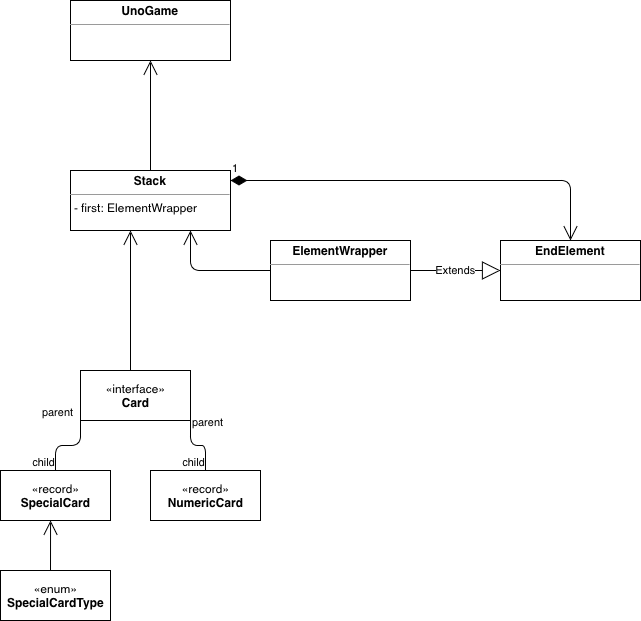
Before: src/main/resources/Klassendiagramm.png, a diagram exported from draw.io (MerryDev/Uno). Source tidied: cells renumbered, new cells last; positions are measured from the earlier drawing's top-left corner, leaving out a move shared by most shapes.
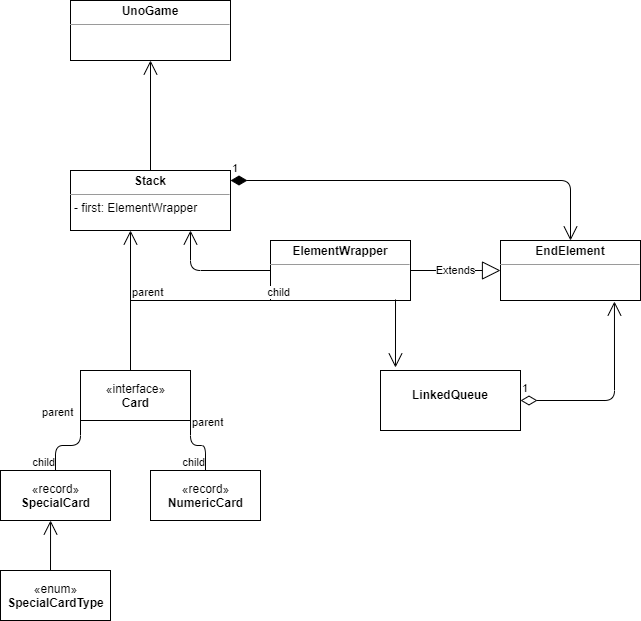
The same diagram one commit later.

Change to the diagram source:
```diff
@@ -88,5 +88,38 @@
         <mxPoint x="150" y="170" as="sourcePoint" />
       </mxGeometry>
     </mxCell>
+    <mxCell id="22" value="&lt;p style=&quot;margin: 0px ; margin-top: 4px ; text-align: center&quot;&gt;&lt;br&gt;&lt;b&gt;LinkedQueue&lt;/b&gt;&lt;/p&gt;&lt;p style=&quot;margin: 0px ; margin-top: 4px ; text-align: center&quot;&gt;&lt;b&gt;&lt;br&gt;&lt;/b&gt;&lt;/p&gt;" style="verticalAlign=top;align=left;overflow=fill;fontSize=12;fontFamily=Helvetica;html=1;" parent="1" vertex="1">
+      <mxGeometry x="380" y="370" width="140" height="60" as="geometry" />
+    </mxCell>
+    <mxCell id="23" style="endArrow=none;html=1;edgeStyle=orthogonalEdgeStyle;" parent="1" edge="1">
+      <mxGeometry relative="1" as="geometry">
+        <mxPoint x="130" y="300" as="sourcePoint" />
+        <mxPoint x="290" y="300" as="targetPoint" />
+      </mxGeometry>
+    </mxCell>
+    <mxCell id="24" value="parent" style="edgeLabel;html=1;align=left;verticalAlign=bottom;" parent="23" vertex="1">
+      <mxGeometry x="-1" relative="1" as="geometry" />
+    </mxCell>
+    <mxCell id="25" value="child" style="edgeLabel;html=1;align=right;verticalAlign=bottom;" parent="23" vertex="1">
+      <mxGeometry x="1" relative="1" as="geometry" />
+    </mxCell>
+    <mxCell id="26" style="endArrow=none;html=1;edgeStyle=orthogonalEdgeStyle;" parent="1" edge="1">
+      <mxGeometry relative="1" as="geometry">
+        <mxPoint x="130" y="300" as="sourcePoint" />
+        <mxPoint x="290" y="300" as="targetPoint" />
+      </mxGeometry>
+    </mxCell>
+    <mxCell id="27" value="parent" style="edgeLabel;html=1;align=left;verticalAlign=bottom;" parent="26" vertex="1">
+      <mxGeometry x="-1" relative="1" as="geometry" />
+    </mxCell>
+    <mxCell id="28" value="child" style="edgeLabel;html=1;align=right;verticalAlign=bottom;" parent="26" vertex="1">
+      <mxGeometry x="1" relative="1" as="geometry" />
+    </mxCell>
+    <mxCell id="29" value="1" style="endArrow=open;html=1;endSize=12;startArrow=diamondThin;startSize=14;startFill=0;edgeStyle=orthogonalEdgeStyle;align=left;verticalAlign=bottom;exitX=1;exitY=0.5;exitDx=0;exitDy=0;entryX=0.814;entryY=1.017;entryDx=0;entryDy=0;entryPerimeter=0;" parent="1" edge="1" source="22" target="17">
+      <mxGeometry x="-1" y="3" relative="1" as="geometry" />
+    </mxCell>
+    <mxCell id="30" style="endArrow=open;endFill=1;endSize=12;html=1;exitX=0.893;exitY=0.983;exitDx=0;exitDy=0;exitPerimeter=0;entryX=0.107;entryY=-0.05;entryDx=0;entryDy=0;entryPerimeter=0;" parent="1" edge="1" source="16" target="22">
+      <mxGeometry relative="1" as="geometry" />
+    </mxCell>
   </root>
 </mxGraphModel>
```
